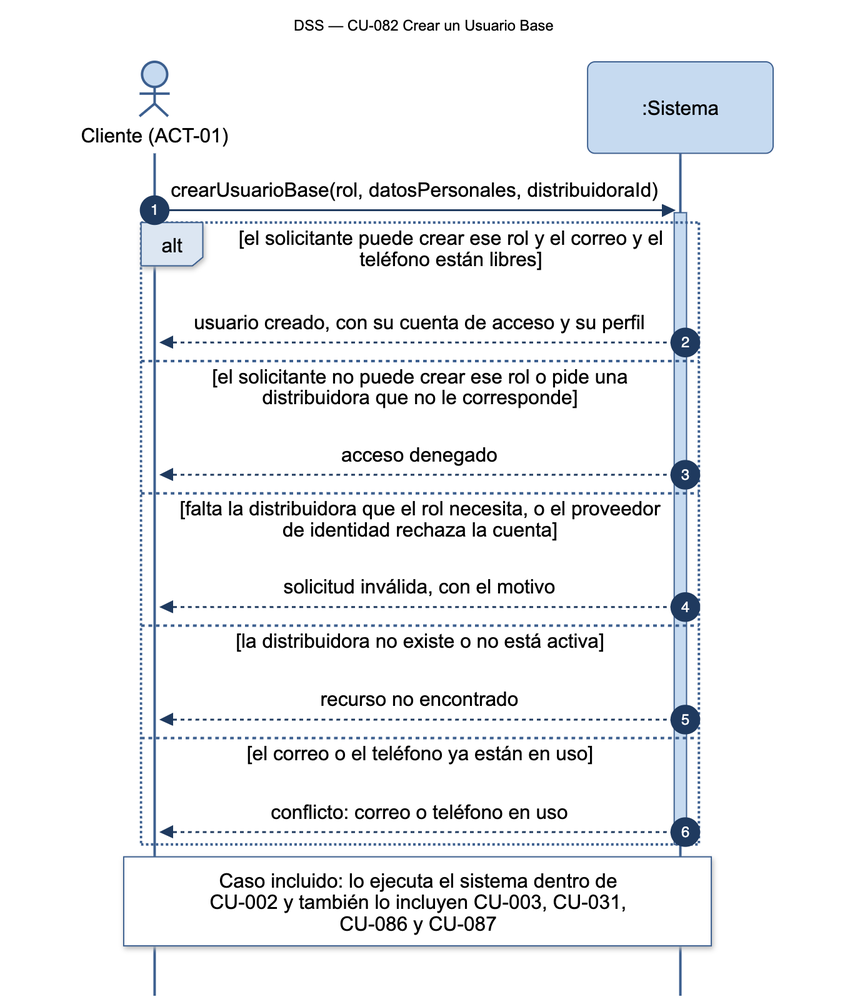
Above: diagramas/png/DSS_CU-082_Crear-un-Usuario-Base.png in Nahuelito-Dev/splg-docs (Mermaid), before the change. Its source is kept beside it as diagramas/DSS_CU-082_Crear-un-Usuario-Base.mmd.
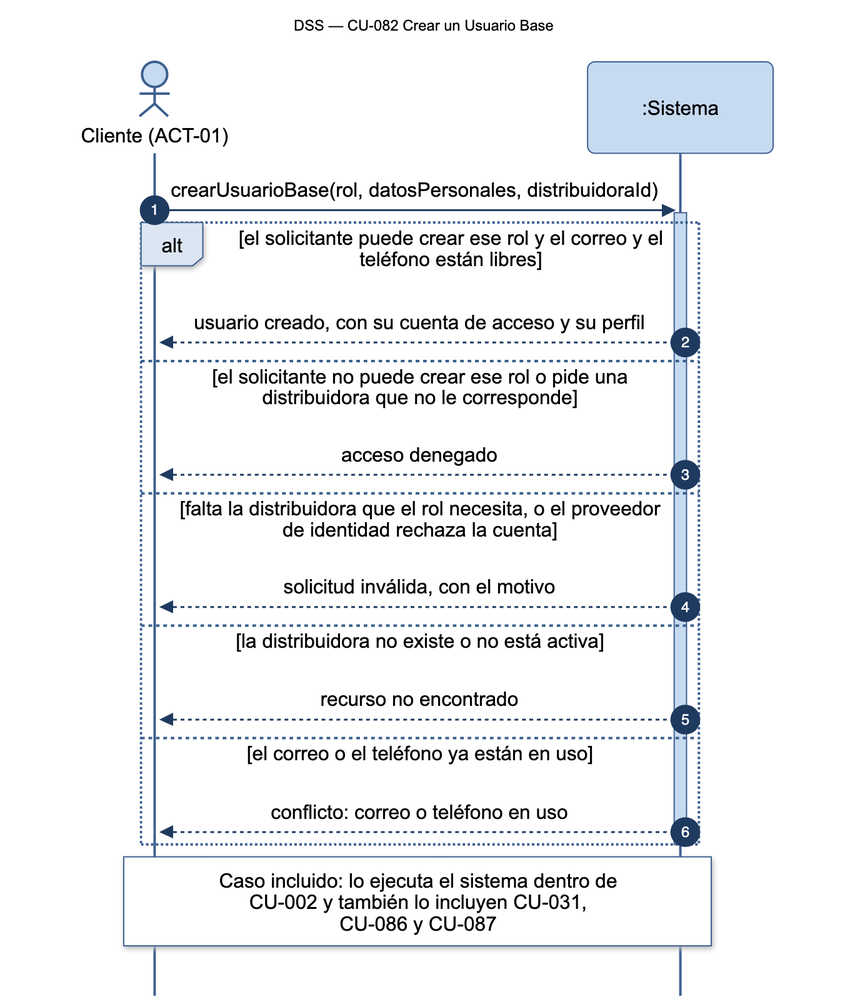
After the change.

Diff of the diagram source:
```diff
@@ -18,4 +18,4 @@
         SIS-->>CLI: conflicto: correo o teléfono en uso
     end
     deactivate SIS
-    Note over CLI,SIS: Caso incluido: lo ejecuta el sistema dentro de<br/>CU-002 y también lo incluyen CU-003, CU-031,<br/>CU-086 y CU-087
+    Note over CLI,SIS: Caso incluido: lo ejecuta el sistema dentro de<br/>CU-002 y también lo incluyen CU-031,<br/>CU-086 y CU-087
```
